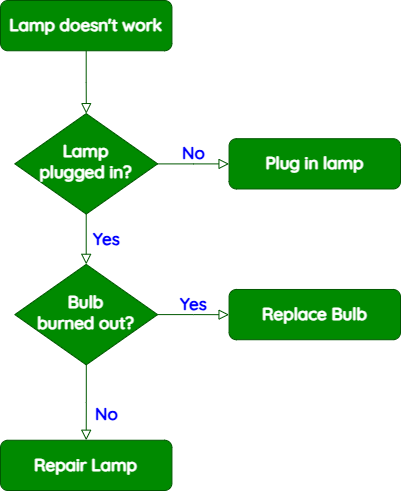
Earlier version of the draw.io export docs/Images/Simple-Conditional-Statements-1.drawio.png (Mr-Wood-CS/National-5-Computing-Science-Markdown-Files). Source tidied: cells renumbered, new cells last; positions are measured from the earlier drawing's top-left corner, leaving out a move shared by most shapes.
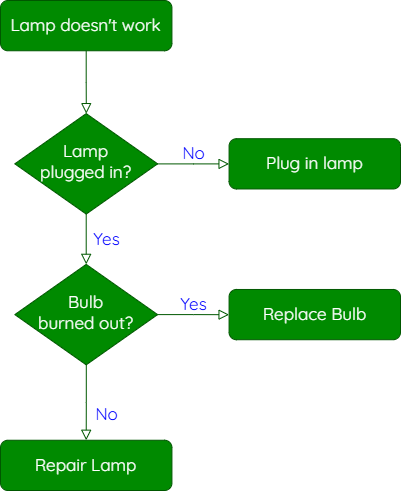
After the change.

Commit message:
Simple Conditional Statements Update

The edit, as a diff of the source:
```diff
@@ -2,37 +2,37 @@
   <root>
     <mxCell id="0" />
     <mxCell id="1" parent="0" />
-    <mxCell id="2" style="rounded=0;html=1;jettySize=auto;fontSize=17;endArrow=block;endFill=0;endSize=8;strokeWidth=1;shadow=0;labelBackgroundColor=none;edgeStyle=orthogonalEdgeStyle;fillColor=#008a00;strokeColor=#005700;fontFamily=Quicksand;fontSource=https%3A%2F%2Ffonts.googleapis.com%2Fcss%3Ffamily%3DQuicksand;fontColor=#050505;" parent="1" edge="1" source="3" target="6">
+    <mxCell id="2" style="rounded=0;html=1;jettySize=auto;fontSize=17;endArrow=block;endFill=0;endSize=8;strokeWidth=1;shadow=0;labelBackgroundColor=none;edgeStyle=orthogonalEdgeStyle;fillColor=#008a00;strokeColor=#005700;fontFamily=Quicksand;fontSource=https%3A%2F%2Ffonts.googleapis.com%2Fcss%3Ffamily%3DQuicksand;fontColor=#050505;fontStyle=0;" parent="1" edge="1" source="3" target="6">
       <mxGeometry relative="1" as="geometry" />
     </mxCell>
-    <mxCell id="3" value="Lamp doesn't work" style="rounded=1;whiteSpace=wrap;html=1;fontSize=17;glass=0;strokeWidth=1;shadow=0;fillColor=#008a00;fontColor=#FFFFFF;strokeColor=#005700;fontFamily=Quicksand;fontSource=https%3A%2F%2Ffonts.googleapis.com%2Fcss%3Ffamily%3DQuicksand;fontStyle=1;" parent="1" vertex="1">
+    <mxCell id="3" value="Lamp doesn't work" style="rounded=1;whiteSpace=wrap;html=1;fontSize=17;glass=0;strokeWidth=1;shadow=0;fillColor=#008a00;fontColor=#FFFFFF;strokeColor=#005700;fontFamily=Quicksand;fontSource=https%3A%2F%2Ffonts.googleapis.com%2Fcss%3Ffamily%3DQuicksand;fontStyle=0;" parent="1" vertex="1">
       <mxGeometry width="171.4" height="50.3" as="geometry" />
     </mxCell>
-    <mxCell id="4" value="&lt;b&gt;&lt;font color=&quot;#0000ff&quot;&gt;Yes&lt;/font&gt;&lt;/b&gt;" style="rounded=0;html=1;jettySize=auto;fontSize=17;endArrow=block;endFill=0;endSize=8;strokeWidth=1;shadow=0;labelBackgroundColor=none;edgeStyle=orthogonalEdgeStyle;fillColor=#008a00;strokeColor=#005700;fontFamily=Quicksand;fontSource=https%3A%2F%2Ffonts.googleapis.com%2Fcss%3Ffamily%3DQuicksand;fontColor=#050505;" parent="1" edge="1" source="6" target="10">
+    <mxCell id="4" value="&lt;span&gt;&lt;font color=&quot;#0000ff&quot;&gt;Yes&lt;/font&gt;&lt;/span&gt;" style="rounded=0;html=1;jettySize=auto;fontSize=17;endArrow=block;endFill=0;endSize=8;strokeWidth=1;shadow=0;labelBackgroundColor=none;edgeStyle=orthogonalEdgeStyle;fillColor=#008a00;strokeColor=#005700;fontFamily=Quicksand;fontSource=https%3A%2F%2Ffonts.googleapis.com%2Fcss%3Ffamily%3DQuicksand;fontColor=#050505;fontStyle=0;" parent="1" edge="1" source="6" target="10">
       <mxGeometry y="20" relative="1" as="geometry" />
     </mxCell>
-    <mxCell id="5" value="&lt;font color=&quot;#0000ff&quot;&gt;&lt;b&gt;No&lt;/b&gt;&lt;/font&gt;" style="edgeStyle=orthogonalEdgeStyle;rounded=0;html=1;jettySize=auto;fontSize=17;endArrow=block;endFill=0;endSize=8;strokeWidth=1;shadow=0;labelBackgroundColor=none;fillColor=#008a00;strokeColor=#005700;fontFamily=Quicksand;fontSource=https%3A%2F%2Ffonts.googleapis.com%2Fcss%3Ffamily%3DQuicksand;fontColor=#050505;" parent="1" edge="1" source="6" target="7">
+    <mxCell id="5" value="&lt;font color=&quot;#0000ff&quot;&gt;&lt;span&gt;No&lt;/span&gt;&lt;/font&gt;" style="edgeStyle=orthogonalEdgeStyle;rounded=0;html=1;jettySize=auto;fontSize=17;endArrow=block;endFill=0;endSize=8;strokeWidth=1;shadow=0;labelBackgroundColor=none;fillColor=#008a00;strokeColor=#005700;fontFamily=Quicksand;fontSource=https%3A%2F%2Ffonts.googleapis.com%2Fcss%3Ffamily%3DQuicksand;fontColor=#050505;fontStyle=0;" parent="1" edge="1" source="6" target="7">
       <mxGeometry y="10" relative="1" as="geometry" />
     </mxCell>
-    <mxCell id="6" value="Lamp&lt;br style=&quot;font-size: 17px;&quot;&gt;plugged in?" style="rhombus;whiteSpace=wrap;html=1;shadow=0;fontFamily=Quicksand;fontSize=17;align=center;strokeWidth=1;spacing=6;spacingTop=-4;fillColor=#008a00;fontColor=#FFFFFF;strokeColor=#005700;fontSource=https%3A%2F%2Ffonts.googleapis.com%2Fcss%3Ffamily%3DQuicksand;fontStyle=1;" parent="1" vertex="1">
+    <mxCell id="6" value="Lamp&lt;br style=&quot;font-size: 17px;&quot;&gt;plugged in?" style="rhombus;whiteSpace=wrap;html=1;shadow=0;fontFamily=Quicksand;fontSize=17;align=center;strokeWidth=1;spacing=6;spacingTop=-4;fillColor=#008a00;fontColor=#FFFFFF;strokeColor=#005700;fontSource=https%3A%2F%2Ffonts.googleapis.com%2Fcss%3Ffamily%3DQuicksand;fontStyle=0;" parent="1" vertex="1">
       <mxGeometry x="14.3" y="113.1" width="142.9" height="100.5" as="geometry" />
     </mxCell>
-    <mxCell id="7" value="Plug in lamp" style="rounded=1;whiteSpace=wrap;html=1;fontSize=17;glass=0;strokeWidth=1;shadow=0;fillColor=#008a00;fontColor=#FFFFFF;strokeColor=#005700;fontFamily=Quicksand;fontSource=https%3A%2F%2Ffonts.googleapis.com%2Fcss%3Ffamily%3DQuicksand;fontStyle=1;" parent="1" vertex="1">
+    <mxCell id="7" value="Plug in lamp" style="rounded=1;whiteSpace=wrap;html=1;fontSize=17;glass=0;strokeWidth=1;shadow=0;fillColor=#008a00;fontColor=#FFFFFF;strokeColor=#005700;fontFamily=Quicksand;fontSource=https%3A%2F%2Ffonts.googleapis.com%2Fcss%3Ffamily%3DQuicksand;fontStyle=0;" parent="1" vertex="1">
       <mxGeometry x="228.6" y="138.2" width="171.4" height="50.3" as="geometry" />
     </mxCell>
-    <mxCell id="8" value="&lt;font color=&quot;#0000ff&quot;&gt;&lt;b&gt;No&lt;/b&gt;&lt;/font&gt;" style="rounded=0;html=1;jettySize=auto;fontSize=17;endArrow=block;endFill=0;endSize=8;strokeWidth=1;shadow=0;labelBackgroundColor=none;edgeStyle=orthogonalEdgeStyle;fillColor=#008a00;strokeColor=#005700;fontFamily=Quicksand;fontSource=https%3A%2F%2Ffonts.googleapis.com%2Fcss%3Ffamily%3DQuicksand;fontColor=#050505;" parent="1" edge="1" source="10" target="11">
+    <mxCell id="8" value="&lt;font color=&quot;#0000ff&quot;&gt;&lt;span&gt;No&lt;/span&gt;&lt;/font&gt;" style="rounded=0;html=1;jettySize=auto;fontSize=17;endArrow=block;endFill=0;endSize=8;strokeWidth=1;shadow=0;labelBackgroundColor=none;edgeStyle=orthogonalEdgeStyle;fillColor=#008a00;strokeColor=#005700;fontFamily=Quicksand;fontSource=https%3A%2F%2Ffonts.googleapis.com%2Fcss%3Ffamily%3DQuicksand;fontColor=#050505;fontStyle=0;" parent="1" edge="1" source="10" target="11">
       <mxGeometry x="0.33" y="20" relative="1" as="geometry" />
     </mxCell>
-    <mxCell id="9" value="&lt;font color=&quot;#0000ff&quot;&gt;&lt;b&gt;Yes&lt;/b&gt;&lt;/font&gt;" style="edgeStyle=orthogonalEdgeStyle;rounded=0;html=1;jettySize=auto;fontSize=17;endArrow=block;endFill=0;endSize=8;strokeWidth=1;shadow=0;labelBackgroundColor=none;fillColor=#008a00;strokeColor=#005700;fontFamily=Quicksand;fontSource=https%3A%2F%2Ffonts.googleapis.com%2Fcss%3Ffamily%3DQuicksand;fontColor=#050505;" parent="1" edge="1" source="10" target="12">
+    <mxCell id="9" value="&lt;font color=&quot;#0000ff&quot;&gt;&lt;span&gt;Yes&lt;/span&gt;&lt;/font&gt;" style="edgeStyle=orthogonalEdgeStyle;rounded=0;html=1;jettySize=auto;fontSize=17;endArrow=block;endFill=0;endSize=8;strokeWidth=1;shadow=0;labelBackgroundColor=none;fillColor=#008a00;strokeColor=#005700;fontFamily=Quicksand;fontSource=https%3A%2F%2Ffonts.googleapis.com%2Fcss%3Ffamily%3DQuicksand;fontColor=#050505;fontStyle=0;" parent="1" edge="1" source="10" target="12">
       <mxGeometry y="10" relative="1" as="geometry" />
     </mxCell>
-    <mxCell id="10" value="Bulb&lt;br style=&quot;font-size: 17px;&quot;&gt;burned out?" style="rhombus;whiteSpace=wrap;html=1;shadow=0;fontFamily=Quicksand;fontSize=17;align=center;strokeWidth=1;spacing=6;spacingTop=-4;fillColor=#008a00;fontColor=#FFFFFF;strokeColor=#005700;fontSource=https%3A%2F%2Ffonts.googleapis.com%2Fcss%3Ffamily%3DQuicksand;fontStyle=1;" parent="1" vertex="1">
+    <mxCell id="10" value="Bulb&lt;br style=&quot;font-size: 17px;&quot;&gt;burned out?" style="rhombus;whiteSpace=wrap;html=1;shadow=0;fontFamily=Quicksand;fontSize=17;align=center;strokeWidth=1;spacing=6;spacingTop=-4;fillColor=#008a00;fontColor=#FFFFFF;strokeColor=#005700;fontSource=https%3A%2F%2Ffonts.googleapis.com%2Fcss%3Ffamily%3DQuicksand;fontStyle=0;" parent="1" vertex="1">
       <mxGeometry x="14.3" y="263.8" width="142.9" height="100.5" as="geometry" />
     </mxCell>
-    <mxCell id="11" value="Repair Lamp" style="rounded=1;whiteSpace=wrap;html=1;fontSize=17;glass=0;strokeWidth=1;shadow=0;fillColor=#008a00;fontColor=#FFFFFF;strokeColor=#005700;fontFamily=Quicksand;fontSource=https%3A%2F%2Ffonts.googleapis.com%2Fcss%3Ffamily%3DQuicksand;fontStyle=1;" parent="1" vertex="1">
+    <mxCell id="11" value="Repair Lamp" style="rounded=1;whiteSpace=wrap;html=1;fontSize=17;glass=0;strokeWidth=1;shadow=0;fillColor=#008a00;fontColor=#FFFFFF;strokeColor=#005700;fontFamily=Quicksand;fontSource=https%3A%2F%2Ffonts.googleapis.com%2Fcss%3Ffamily%3DQuicksand;fontStyle=0;" parent="1" vertex="1">
       <mxGeometry y="439.7" width="171.4" height="50.3" as="geometry" />
     </mxCell>
-    <mxCell id="12" value="Replace Bulb" style="rounded=1;whiteSpace=wrap;html=1;fontSize=17;glass=0;strokeWidth=1;shadow=0;fillColor=#008a00;fontColor=#FFFFFF;strokeColor=#005700;fontFamily=Quicksand;fontSource=https%3A%2F%2Ffonts.googleapis.com%2Fcss%3Ffamily%3DQuicksand;fontStyle=1;" parent="1" vertex="1">
+    <mxCell id="12" value="Replace Bulb" style="rounded=1;whiteSpace=wrap;html=1;fontSize=17;glass=0;strokeWidth=1;shadow=0;fillColor=#008a00;fontColor=#FFFFFF;strokeColor=#005700;fontFamily=Quicksand;fontSource=https%3A%2F%2Ffonts.googleapis.com%2Fcss%3Ffamily%3DQuicksand;fontStyle=0;" parent="1" vertex="1">
       <mxGeometry x="228.6" y="289" width="171.4" height="50.3" as="geometry" />
     </mxCell>
   </root>
```
